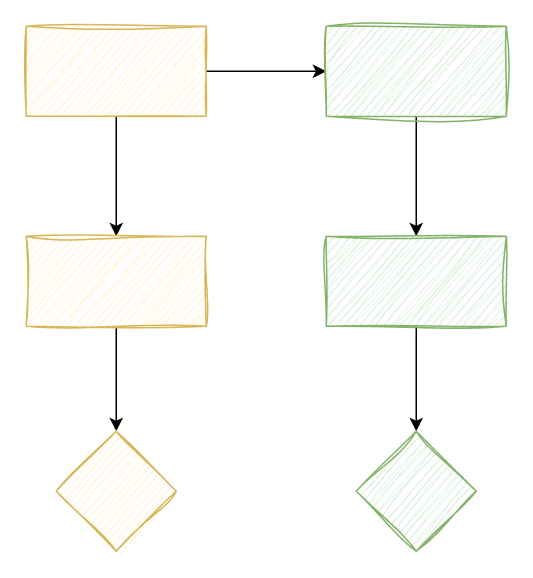
zhoujianjia/image keeps this draw.io diagram as drawio/未命名绘图.drawio. Above is the earlier version. Source tidied: cells renumbered, new cells numbered last; positions are measured from the earlier drawing's top-left corner, leaving out a move shared by most shapes. Both pictures are drawn from the tidied source at 150%, with x=0, y=0 at pixel (26, 26).
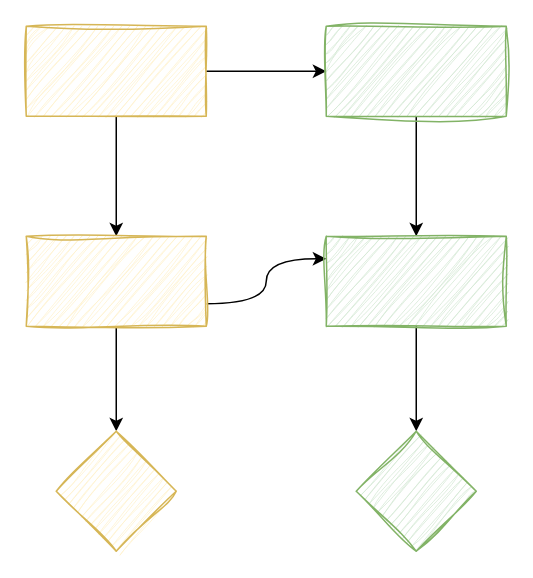
Above is the later version.

Commit message (it also covers changes not shown here):
更新未命名绘图.drawio

Change to the diagram source:
```diff
@@
 <mxGraphModel>
   <root>
     <mxCell id="0" />
     <mxCell id="1" parent="0" />
     <mxCell id="2" style="edgeStyle=orthogonalEdgeStyle;rounded=0;jettySize=auto;html=1;" parent="1" edge="1" source="4" target="6">
       <mxGeometry relative="1" as="geometry" />
     </mxCell>
     <mxCell id="3" style="edgeStyle=orthogonalEdgeStyle;rounded=0;jettySize=auto;html=1;" parent="1" edge="1" source="4" target="9">
       <mxGeometry relative="1" as="geometry" />
     </mxCell>
     <mxCell id="4" style="rounded=0;whiteSpace=wrap;html=1;fillColor=#fff2cc;strokeColor=#d6b656;sketch=1;curveFitting=1;jiggle=2;" parent="1" vertex="1">
       <mxGeometry width="120" height="60" as="geometry" />
     </mxCell>
     <mxCell id="5" style="edgeStyle=orthogonalEdgeStyle;rounded=0;jettySize=auto;html=1;" parent="1" edge="1" source="6" target="7">
       <mxGeometry relative="1" as="geometry" />
     </mxCell>
+    <mxCell id="13" style="edgeStyle=orthogonalEdgeStyle;jettySize=auto;html=1;exitX=1;exitY=0.75;exitDx=0;exitDy=0;entryX=0;entryY=0.25;entryDx=0;entryDy=0;curved=1;" parent="1" edge="1" source="6" target="11">
+      <mxGeometry relative="1" as="geometry" />
+    </mxCell>
     <mxCell id="6" style="rounded=0;whiteSpace=wrap;html=1;fillColor=#fff2cc;strokeColor=#d6b656;sketch=1;curveFitting=1;jiggle=2;" parent="1" vertex="1">
       <mxGeometry y="140" width="120" height="60" as="geometry" />
     </mxCell>
     <mxCell id="7" style="rhombus;whiteSpace=wrap;html=1;fillColor=#fff2cc;strokeColor=#d6b656;rounded=0;sketch=1;curveFitting=1;jiggle=2;" parent="1" vertex="1">
       <mxGeometry x="20" y="270" width="80" height="80" as="geometry" />
     </mxCell>
     <mxCell id="8" style="edgeStyle=orthogonalEdgeStyle;rounded=0;jettySize=auto;html=1;" parent="1" edge="1" source="9" target="11">
       <mxGeometry relative="1" as="geometry" />
     </mxCell>
     <mxCell id="9" style="rounded=0;whiteSpace=wrap;html=1;fillColor=#d5e8d4;strokeColor=#82b366;sketch=1;curveFitting=1;jiggle=2;" parent="1" vertex="1">
       <mxGeometry x="200" width="120" height="60" as="geometry" />
     </mxCell>
     <mxCell id="10" style="edgeStyle=orthogonalEdgeStyle;rounded=0;jettySize=auto;html=1;" parent="1" edge="1" source="11" target="12">
       <mxGeometry relative="1" as="geometry" />
     </mxCell>
     <mxCell id="11" style="rounded=0;whiteSpace=wrap;html=1;fillColor=#d5e8d4;strokeColor=#82b366;sketch=1;curveFitting=1;jiggle=2;" parent="1" vertex="1">
       <mxGeometry x="200" y="140" width="120" height="60" as="geometry" />
     </mxCell>
     <mxCell id="12" style="rhombus;whiteSpace=wrap;html=1;fillColor=#d5e8d4;strokeColor=#82b366;rounded=0;sketch=1;curveFitting=1;jiggle=2;" parent="1" vertex="1">
       <mxGeometry x="220" y="270" width="80" height="80" as="geometry" />
     </mxCell>
   </root>
 </mxGraphModel>
```
